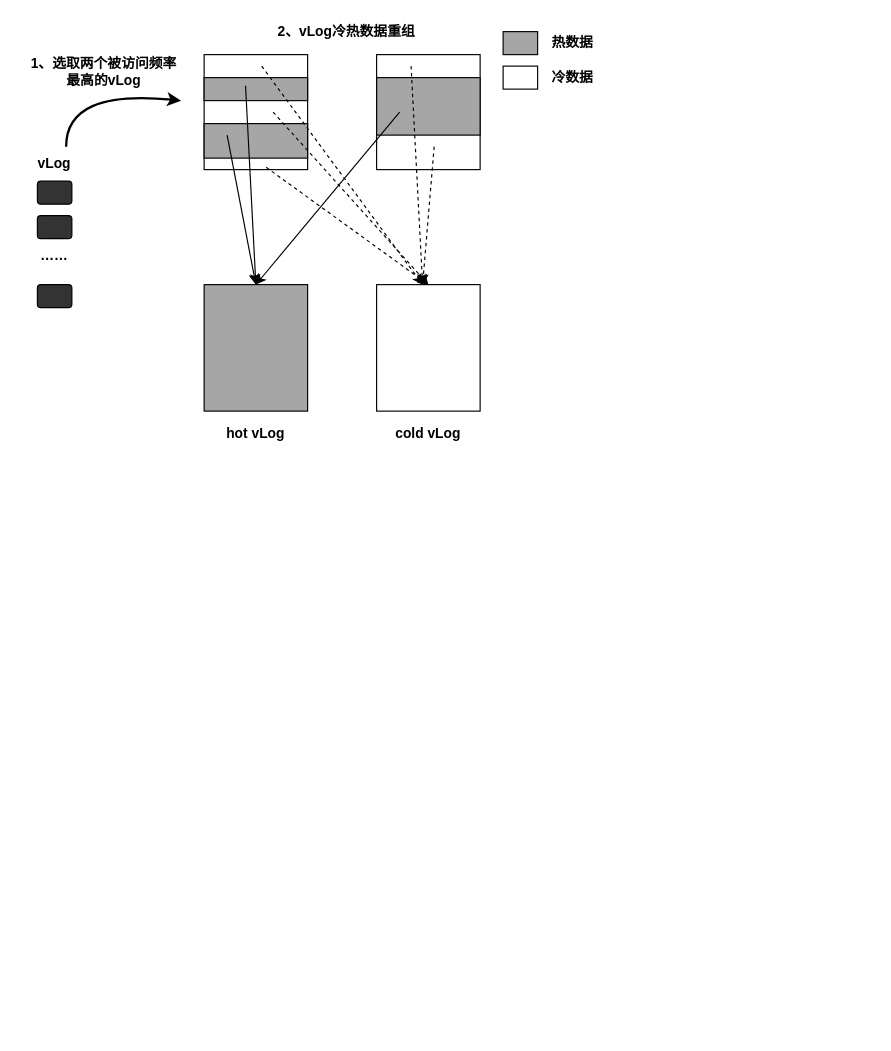
Earlier version of the draw.io diagram page "第 3 页" (3 of 3) of RabbitKV.drawio (yeqiyi/drawIO). Source tidied: cells renumbered, new cells numbered last; positions are measured from the earlier drawing's top-left corner, leaving out a move shared by most shapes. Both pictures are drawn from the tidied source at 115%, with x=0, y=0 at pixel (20, 20).
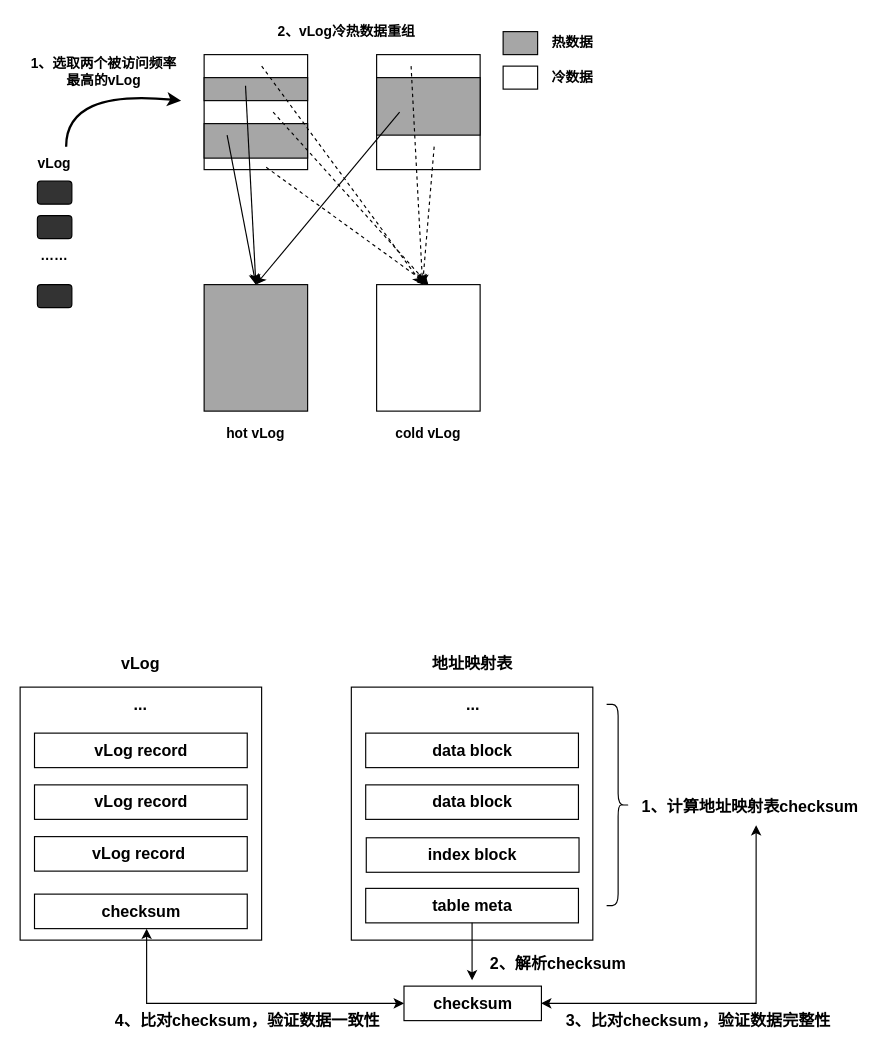
The same page after the edit.

Change to the diagram source:
```diff
@@
+    <mxCell id="31" style="rounded=0;whiteSpace=wrap;html=1;" parent="1" vertex="1">
+      <mxGeometry y="580" width="210" height="220" as="geometry" />
+    </mxCell>
+    <mxCell id="32" value="&lt;b&gt;&lt;font style=&quot;font-size: 14px;&quot;&gt;vLog record&lt;/font&gt;&lt;/b&gt;" style="rounded=0;whiteSpace=wrap;html=1;" parent="1" vertex="1">
+      <mxGeometry x="12.5" y="665" width="185" height="30" as="geometry" />
+    </mxCell>
+    <mxCell id="33" value="&lt;b&gt;&lt;font style=&quot;font-size: 14px;&quot;&gt;...&lt;/font&gt;&lt;/b&gt;" style="text;html=1;strokeColor=none;fillColor=none;align=center;verticalAlign=middle;whiteSpace=wrap;rounded=0;" parent="1" vertex="1">
+      <mxGeometry x="75" y="580" width="60" height="30" as="geometry" />
+    </mxCell>
+    <mxCell id="34" value="&lt;b&gt;&lt;font style=&quot;font-size: 14px;&quot;&gt;vLog record&lt;/font&gt;&lt;/b&gt;" style="rounded=0;whiteSpace=wrap;html=1;" parent="1" vertex="1">
+      <mxGeometry x="12.5" y="620" width="185" height="30" as="geometry" />
+    </mxCell>
+    <mxCell id="35" value="&lt;b&gt;&lt;font style=&quot;font-size: 14px;&quot;&gt;vLog record&amp;nbsp;&lt;/font&gt;&lt;/b&gt;" style="rounded=0;whiteSpace=wrap;html=1;" parent="1" vertex="1">
+      <mxGeometry x="12.5" y="710" width="185" height="30" as="geometry" />
+    </mxCell>
+    <mxCell id="36" value="&lt;span style=&quot;font-size: 14px;&quot;&gt;&lt;b&gt;checksum&lt;/b&gt;&lt;/span&gt;" style="rounded=0;whiteSpace=wrap;html=1;" parent="1" vertex="1">
+      <mxGeometry x="12.5" y="760" width="185" height="30" as="geometry" />
+    </mxCell>
+    <mxCell id="37" value="&lt;b&gt;&lt;font style=&quot;font-size: 14px;&quot;&gt;vLog&lt;/font&gt;&lt;/b&gt;" style="text;html=1;strokeColor=none;fillColor=none;align=center;verticalAlign=middle;whiteSpace=wrap;rounded=0;" parent="1" vertex="1">
+      <mxGeometry x="75" y="545" width="60" height="30" as="geometry" />
+    </mxCell>
+    <mxCell id="38" value="&lt;b&gt;&lt;font style=&quot;font-size: 14px;&quot;&gt;地址映射表&lt;/font&gt;&lt;/b&gt;" style="text;html=1;strokeColor=none;fillColor=none;align=center;verticalAlign=middle;whiteSpace=wrap;rounded=0;" parent="1" vertex="1">
+      <mxGeometry x="348.5" y="545" width="89" height="30" as="geometry" />
+    </mxCell>
+    <mxCell id="39" style="rounded=0;whiteSpace=wrap;html=1;" parent="1" vertex="1">
+      <mxGeometry x="288" y="580" width="210" height="220" as="geometry" />
+    </mxCell>
+    <mxCell id="40" value="&lt;b&gt;&lt;font style=&quot;font-size: 14px;&quot;&gt;data block&lt;/font&gt;&lt;/b&gt;" style="rounded=0;whiteSpace=wrap;html=1;" parent="1" vertex="1">
+      <mxGeometry x="300.5" y="620" width="185" height="30" as="geometry" />
+    </mxCell>
+    <mxCell id="41" value="&lt;b&gt;&lt;font style=&quot;font-size: 14px;&quot;&gt;data block&lt;/font&gt;&lt;/b&gt;" style="rounded=0;whiteSpace=wrap;html=1;" parent="1" vertex="1">
+      <mxGeometry x="300.5" y="665" width="185" height="30" as="geometry" />
+    </mxCell>
+    <mxCell id="42" value="&lt;b&gt;&lt;font style=&quot;font-size: 14px;&quot;&gt;...&lt;/font&gt;&lt;/b&gt;" style="text;html=1;strokeColor=none;fillColor=none;align=center;verticalAlign=middle;whiteSpace=wrap;rounded=0;" parent="1" vertex="1">
+      <mxGeometry x="363.5" y="580" width="60" height="30" as="geometry" />
+    </mxCell>
+    <mxCell id="43" value="&lt;b&gt;&lt;font style=&quot;font-size: 14px;&quot;&gt;index block&lt;/font&gt;&lt;/b&gt;" style="rounded=0;whiteSpace=wrap;html=1;" parent="1" vertex="1">
+      <mxGeometry x="301" y="711" width="185" height="30" as="geometry" />
+    </mxCell>
+    <mxCell id="44" value="&lt;b&gt;&lt;font style=&quot;font-size: 14px;&quot;&gt;table meta&lt;/font&gt;&lt;/b&gt;" style="rounded=0;whiteSpace=wrap;html=1;" parent="1" vertex="1">
+      <mxGeometry x="300.5" y="755" width="185" height="30" as="geometry" />
+    </mxCell>
+    <mxCell id="45" style="shape=curlyBracket;whiteSpace=wrap;html=1;rounded=1;flipH=1;labelPosition=right;verticalLabelPosition=middle;align=left;verticalAlign=middle;" parent="1" vertex="1">
+      <mxGeometry x="510" y="595" width="20" height="175" as="geometry" />
+    </mxCell>
+    <mxCell id="46" value="&lt;b&gt;&lt;font style=&quot;font-size: 14px;&quot;&gt;1、计算地址映射表checksum&lt;/font&gt;&lt;/b&gt;" style="text;html=1;strokeColor=none;fillColor=none;align=center;verticalAlign=middle;whiteSpace=wrap;rounded=0;" parent="1" vertex="1">
+      <mxGeometry x="530" y="672.5" width="210" height="22.5" as="geometry" />
+    </mxCell>
+    <mxCell id="47" style="endArrow=classic;html=1;rounded=0;exitX=1;exitY=0.5;exitDx=0;exitDy=0;" parent="1" edge="1">
+      <mxGeometry relative="1" as="geometry">
+        <mxPoint x="393" y="785" as="sourcePoint" />
+        <mxPoint x="393" y="835" as="targetPoint" />
+      </mxGeometry>
+    </mxCell>
+    <mxCell id="48" value="&lt;b&gt;&lt;font style=&quot;font-size: 14px;&quot;&gt;2、解析checksum&lt;/font&gt;&lt;/b&gt;" style="text;html=1;strokeColor=none;fillColor=none;align=center;verticalAlign=middle;whiteSpace=wrap;rounded=0;" parent="1" vertex="1">
+      <mxGeometry x="363" y="810" width="210" height="22.5" as="geometry" />
+    </mxCell>
+    <mxCell id="49" value="&lt;span style=&quot;font-size: 14px;&quot;&gt;&lt;b&gt;checksum&lt;/b&gt;&lt;/span&gt;" style="rounded=0;whiteSpace=wrap;html=1;" parent="1" vertex="1">
+      <mxGeometry x="333.8" y="840" width="119.5" height="30" as="geometry" />
+    </mxCell>
+    <mxCell id="50" value="&lt;b&gt;&lt;font style=&quot;font-size: 14px;&quot;&gt;3、比对checksum，验证数据完整性&lt;/font&gt;&lt;/b&gt;" style="text;html=1;strokeColor=none;fillColor=none;align=center;verticalAlign=middle;whiteSpace=wrap;rounded=0;" parent="1" vertex="1">
+      <mxGeometry x="470" y="860" width="240" height="20" as="geometry" />
+    </mxCell>
+    <mxCell id="51" style="endArrow=classic;startArrow=classic;html=1;rounded=0;" parent="1" edge="1">
+      <mxGeometry relative="1" as="geometry">
+        <mxPoint x="453" y="855" as="sourcePoint" />
+        <mxPoint x="640" y="700" as="targetPoint" />
+        <Array as="points">
+          <mxPoint x="640" y="855" />
+        </Array>
+      </mxGeometry>
+    </mxCell>
+    <mxCell id="52" style="endArrow=classic;startArrow=classic;html=1;rounded=0;exitX=0;exitY=0.5;exitDx=0;exitDy=0;" parent="1" edge="1" source="49">
+      <mxGeometry relative="1" as="geometry">
+        <mxPoint x="110" y="790" as="targetPoint" />
+        <Array as="points">
+          <mxPoint x="110" y="855" />
+        </Array>
+      </mxGeometry>
+    </mxCell>
+    <mxCell id="53" value="&lt;b&gt;&lt;font style=&quot;font-size: 14px;&quot;&gt;4、比对checksum，验证数据一致性&lt;/font&gt;&lt;/b&gt;" style="text;html=1;strokeColor=none;fillColor=none;align=center;verticalAlign=middle;whiteSpace=wrap;rounded=0;" parent="1" vertex="1">
+      <mxGeometry x="78" y="860" width="240" height="20" as="geometry" />
+    </mxCell>
```
